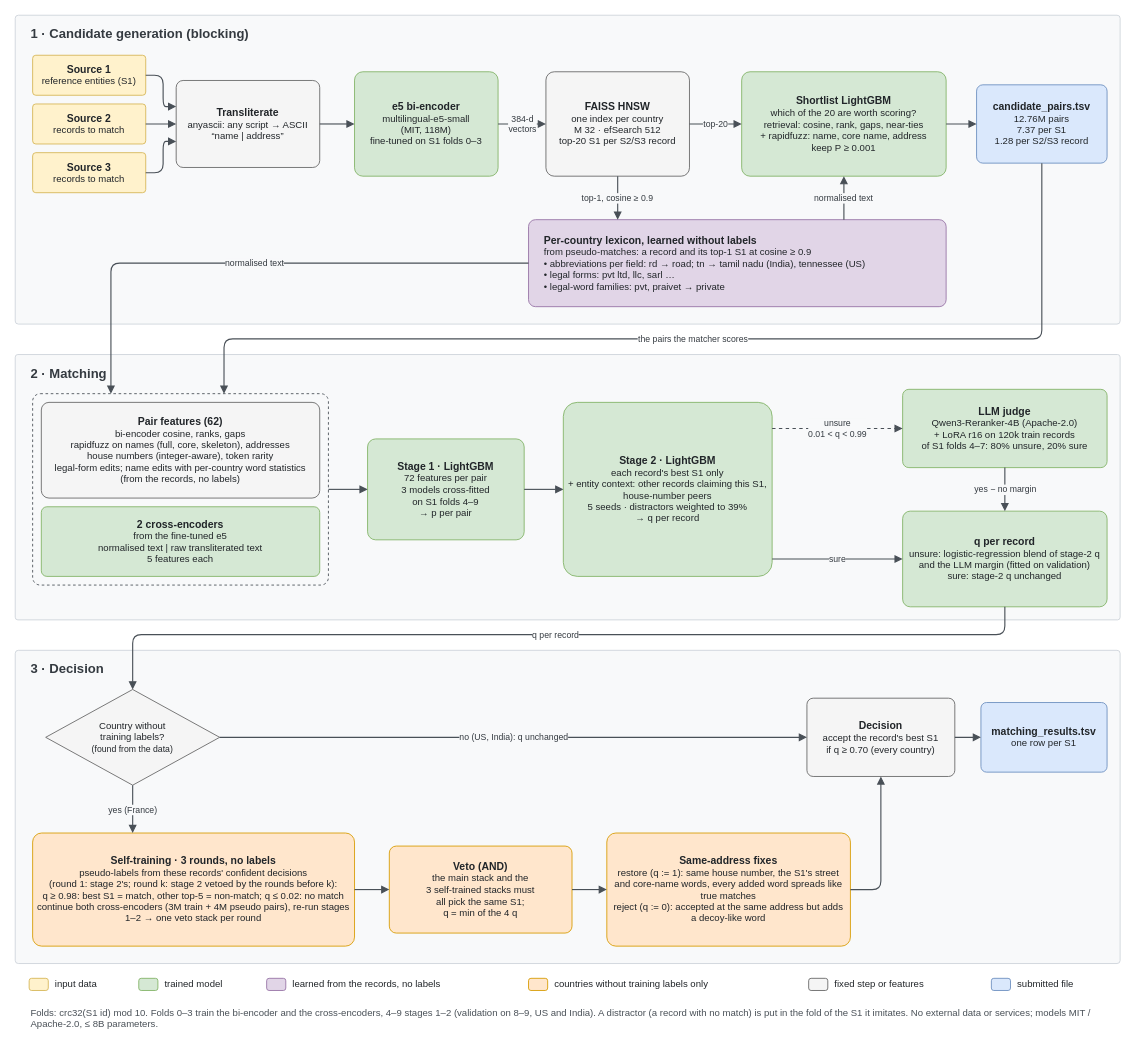
This is ber/pipeline.drawio from i-sahajmistry/Amazon-ML-Challenge-26, a draw.io file, before an edit. Source tidied: cells renumbered, new cells numbered last; positions are measured from the earlier drawing's top-left corner, leaving out a move shared by most shapes. Both pictures are drawn from the tidied source at 87%, with x=0, y=0 at pixel (15, 15).
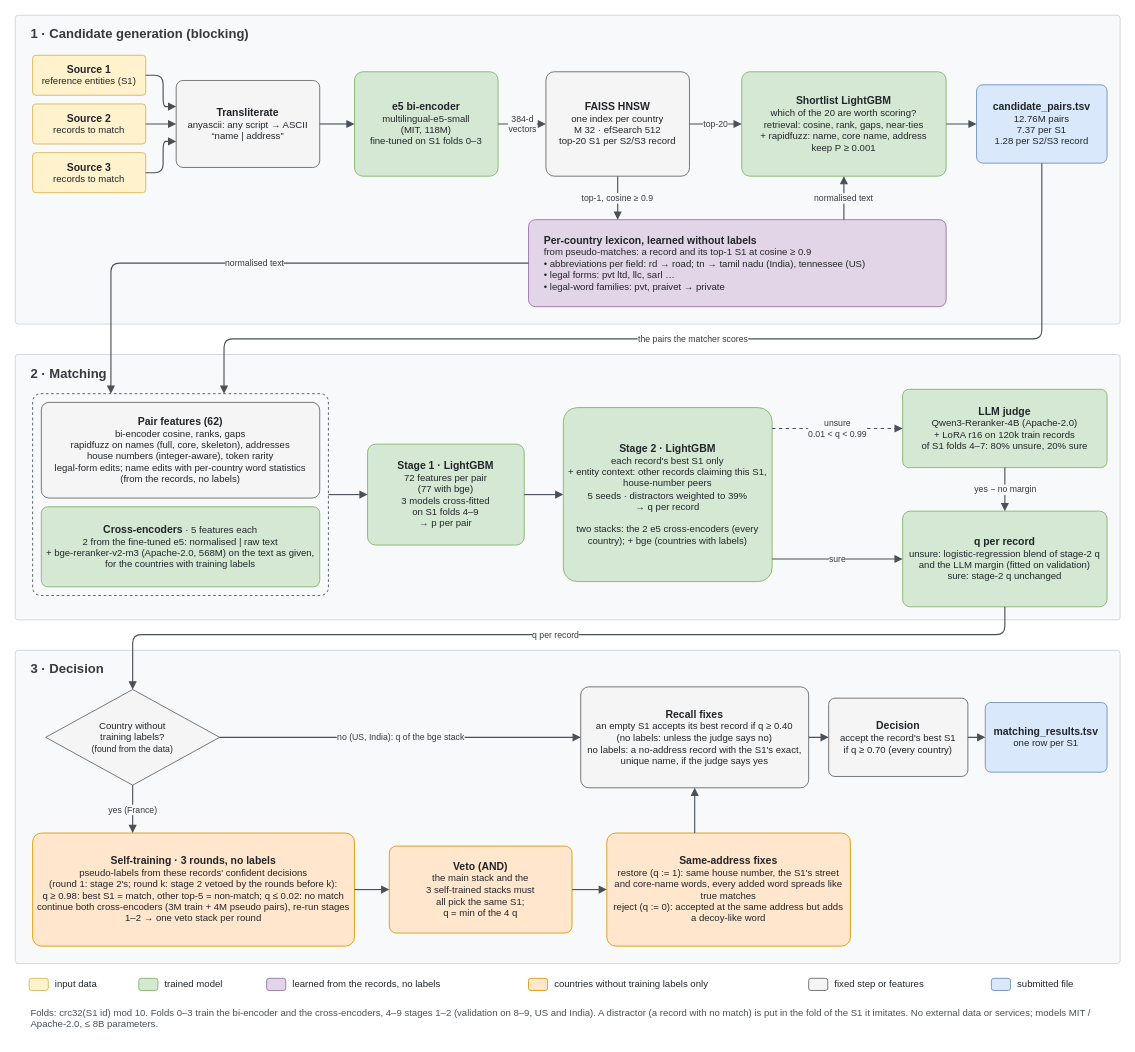
The same page after the edit.

Commit message (it also covers changes not shown here):
E16fr3 (leaderboard 0.990807): bge stack for the countries with labels, recall fixes

The change refers to these unchanged cells:
```xml
<mxCell id="31" value="&lt;b&gt;&lt;font style=&quot;font-size:12px&quot;&gt;LLM judge&lt;/font&gt;&lt;/b&gt;&lt;br&gt;Qwen3-Reranker-4B (Apache-2.0)&lt;br&gt;+ LoRA r16 on 120k train records&lt;br&gt;of S1 folds 4–7: 80% unsure, 20% sure" style="rounded=1;whiteSpace=wrap;html=1;arcSize=8;align=center;verticalAlign=middle;spacing=6;fontFamily=Helvetica;fontSize=11;fontColor=#212529;fillColor=#D5E8D4;strokeColor=#82B366;" parent="1" vertex="1">
  <mxGeometry x="1020" y="430" width="235" height="90" as="geometry" />
</mxCell>
<mxCell id="32" value="&lt;b&gt;&lt;font style=&quot;font-size:12px&quot;&gt;q per record&lt;/font&gt;&lt;/b&gt;&lt;br&gt;unsure: logistic-regression blend of stage-2 q and the LLM margin (fitted on validation)&lt;br&gt;sure: stage-2 q unchanged" style="rounded=1;whiteSpace=wrap;html=1;arcSize=8;align=center;verticalAlign=middle;spacing=6;fontFamily=Helvetica;fontSize=11;fontColor=#212529;fillColor=#D5E8D4;strokeColor=#82B366;" parent="1" vertex="1">
  <mxGeometry x="1020" y="570" width="235" height="110" as="geometry" />
</mxCell>
<mxCell id="40" value="Country without&lt;br&gt;training labels?&lt;br&gt;&lt;font style=&quot;font-size:10px&quot;&gt;(found from the data)&lt;/font&gt;" style="rhombus;whiteSpace=wrap;html=1;fontFamily=Helvetica;fontSize=11;fontColor=#212529;fillColor=#F5F5F5;strokeColor=#666666;" parent="1" vertex="1">
  <mxGeometry x="35" y="775" width="200" height="110" as="geometry" />
</mxCell>
<mxCell id="45" value="&lt;b&gt;&lt;font style=&quot;font-size:12px&quot;&gt;Same-address fixes&lt;/font&gt;&lt;/b&gt;&lt;br&gt;restore (q := 1): same house number, the S1's street and core-name words, every added word spreads like true matches&lt;br&gt;reject (q := 0): accepted at the same address but adds a decoy-like word" style="rounded=1;whiteSpace=wrap;html=1;arcSize=8;align=center;verticalAlign=middle;spacing=6;fontFamily=Helvetica;fontSize=11;fontColor=#212529;fillColor=#FFE6CC;strokeColor=#D79B00;" parent="1" vertex="1">
  <mxGeometry x="680" y="940" width="280" height="130" as="geometry" />
</mxCell>
```

Change to the diagram source:
```diff
@@
     <mxCell id="26" style="rounded=1;arcSize=4;whiteSpace=wrap;html=1;fillColor=none;strokeColor=#495057;dashed=1;" parent="1" vertex="1">
-      <mxGeometry x="20" y="435" width="340" height="220" as="geometry" />
+      <mxGeometry x="20" y="435" width="340" height="232" as="geometry" />
     </mxCell>
@@
-    <mxCell id="28" value="&lt;b&gt;&lt;font style=&quot;font-size:12px&quot;&gt;2 cross-encoders&lt;/font&gt;&lt;/b&gt;&lt;br&gt;from the fine-tuned e5&lt;br&gt;normalised text | raw transliterated text&lt;br&gt;5 features each" style="rounded=1;whiteSpace=wrap;html=1;arcSize=8;align=center;verticalAlign=middle;spacing=6;fontFamily=Helvetica;fontSize=11;fontColor=#212529;fillColor=#D5E8D4;strokeColor=#82B366;" parent="1" vertex="1">
-      <mxGeometry x="30" y="565" width="320" height="80" as="geometry" />
+    <mxCell id="28" value="&lt;b&gt;&lt;font style=&quot;font-size:12px&quot;&gt;Cross-encoders&lt;/font&gt;&lt;/b&gt; · 5 features each&lt;br&gt;2 from the fine-tuned e5: normalised | raw text&lt;br&gt;+ bge-reranker-v2-m3 (Apache-2.0, 568M) on the text as given, for the countries with training labels" style="rounded=1;whiteSpace=wrap;html=1;arcSize=8;align=center;verticalAlign=middle;spacing=6;fontFamily=Helvetica;fontSize=11;fontColor=#212529;fillColor=#D5E8D4;strokeColor=#82B366;" parent="1" vertex="1">
+      <mxGeometry x="30" y="565" width="320" height="92" as="geometry" />
     </mxCell>
-    <mxCell id="29" value="&lt;b&gt;&lt;font style=&quot;font-size:12px&quot;&gt;Stage 1 · LightGBM&lt;/font&gt;&lt;/b&gt;&lt;br&gt;72 features per pair&lt;br&gt;3 models cross-fitted&lt;br&gt;on S1 folds 4–9&lt;br&gt;→ p per pair" style="rounded=1;whiteSpace=wrap;html=1;arcSize=8;align=center;verticalAlign=middle;spacing=6;fontFamily=Helvetica;fontSize=11;fontColor=#212529;fillColor=#D5E8D4;strokeColor=#82B366;" parent="1" vertex="1">
-      <mxGeometry x="405" y="487" width="180" height="116" as="geometry" />
+    <mxCell id="29" value="&lt;b&gt;&lt;font style=&quot;font-size:12px&quot;&gt;Stage 1 · LightGBM&lt;/font&gt;&lt;/b&gt;&lt;br&gt;72 features per pair&lt;br&gt;(77 with bge)&lt;br&gt;3 models cross-fitted&lt;br&gt;on S1 folds 4–9&lt;br&gt;→ p per pair" style="rounded=1;whiteSpace=wrap;html=1;arcSize=8;align=center;verticalAlign=middle;spacing=6;fontFamily=Helvetica;fontSize=11;fontColor=#212529;fillColor=#D5E8D4;strokeColor=#82B366;" parent="1" vertex="1">
+      <mxGeometry x="405" y="493" width="180" height="116" as="geometry" />
     </mxCell>
-    <mxCell id="30" value="&lt;b&gt;&lt;font style=&quot;font-size:12px&quot;&gt;Stage 2 · LightGBM&lt;/font&gt;&lt;/b&gt;&lt;br&gt;each record's best S1 only&lt;br&gt;+ entity context: other records claiming this S1, house-number peers&lt;br&gt;5 seeds · distractors weighted to 39%&lt;br&gt;→ q per record" style="rounded=1;whiteSpace=wrap;html=1;arcSize=8;align=center;verticalAlign=middle;spacing=6;fontFamily=Helvetica;fontSize=11;fontColor=#212529;fillColor=#D5E8D4;strokeColor=#82B366;" parent="1" vertex="1">
-      <mxGeometry x="630" y="445" width="240" height="200" as="geometry" />
+    <mxCell id="30" value="&lt;b&gt;&lt;font style=&quot;font-size:12px&quot;&gt;Stage 2 · LightGBM&lt;/font&gt;&lt;/b&gt;&lt;br&gt;each record's best S1 only&lt;br&gt;+ entity context: other records claiming this S1, house-number peers&lt;br&gt;5 seeds · distractors weighted to 39%&lt;br&gt;→ q per record&lt;br&gt;&lt;br&gt;two stacks: the 2 e5 cross-encoders (every country); + bge (countries with labels)" style="rounded=1;whiteSpace=wrap;html=1;arcSize=8;align=center;verticalAlign=middle;spacing=6;fontFamily=Helvetica;fontSize=11;fontColor=#212529;fillColor=#D5E8D4;strokeColor=#82B366;" parent="1" vertex="1">
+      <mxGeometry x="630" y="451" width="240" height="200" as="geometry" />
     </mxCell>
@@
-    <mxCell id="37" value="unsure&lt;br&gt;0.01 &lt; q &lt; 0.99" style="edgeStyle=orthogonalEdgeStyle;rounded=1;jettySize=auto;html=1;endArrow=block;endFill=1;strokeColor=#495057;strokeWidth=1.3;fontFamily=Helvetica;fontSize=10;fontColor=#343A40;jumpStyle=arc;labelBackgroundColor=#F8F9FA;dashed=1;exitX=1;exitY=0.15;exitDx=0;exitDy=0;entryX=0;entryY=0.5;entryDx=0;entryDy=0;" parent="1" edge="1" source="30" target="31">
+    <mxCell id="37" value="unsure&lt;br&gt;0.01 &lt; q &lt; 0.99" style="edgeStyle=orthogonalEdgeStyle;rounded=1;jettySize=auto;html=1;endArrow=block;endFill=1;strokeColor=#495057;strokeWidth=1.3;fontFamily=Helvetica;fontSize=10;fontColor=#343A40;jumpStyle=arc;labelBackgroundColor=#F8F9FA;dashed=1;exitX=1;exitY=0.12;exitDx=0;exitDy=0;entryX=0;entryY=0.5;entryDx=0;entryDy=0;" parent="1" edge="1" source="30" target="31">
       <mxGeometry relative="1" as="geometry" />
     </mxCell>
-    <mxCell id="38" value="sure" style="edgeStyle=orthogonalEdgeStyle;rounded=1;jettySize=auto;html=1;endArrow=block;endFill=1;strokeColor=#495057;strokeWidth=1.3;fontFamily=Helvetica;fontSize=10;fontColor=#343A40;jumpStyle=arc;labelBackgroundColor=#F8F9FA;exitX=1;exitY=0.9;exitDx=0;exitDy=0;entryX=0;entryY=0.5;entryDx=0;entryDy=0;" parent="1" edge="1" source="30" target="32">
+    <mxCell id="38" value="sure" style="edgeStyle=orthogonalEdgeStyle;rounded=1;jettySize=auto;html=1;endArrow=block;endFill=1;strokeColor=#495057;strokeWidth=1.3;fontFamily=Helvetica;fontSize=10;fontColor=#343A40;jumpStyle=arc;labelBackgroundColor=#F8F9FA;exitX=1;exitY=0.87;exitDx=0;exitDy=0;entryX=0;entryY=0.5;entryDx=0;entryDy=0;" parent="1" edge="1" source="30" target="32">
       <mxGeometry relative="1" as="geometry" />
     </mxCell>
@@
     <mxCell id="41" value="&lt;b&gt;&lt;font style=&quot;font-size:12px&quot;&gt;Decision&lt;/font&gt;&lt;/b&gt;&lt;br&gt;accept the record's best S1&lt;br&gt;if q ≥ 0.70 (every country)" style="rounded=1;whiteSpace=wrap;html=1;arcSize=8;align=center;verticalAlign=middle;spacing=6;fontFamily=Helvetica;fontSize=11;fontColor=#212529;fillColor=#F5F5F5;strokeColor=#666666;" parent="1" vertex="1">
-      <mxGeometry x="910" y="785" width="170" height="90" as="geometry" />
+      <mxGeometry x="935" y="785" width="160" height="90" as="geometry" />
     </mxCell>
+    <mxCell id="66" value="&lt;b&gt;&lt;font style=&quot;font-size:12px&quot;&gt;Recall fixes&lt;/font&gt;&lt;/b&gt;&lt;br&gt;an empty S1 accepts its best record if q ≥ 0.40&lt;br&gt;(no labels: unless the judge says no)&lt;br&gt;no labels: a no-address record with the S1's exact,&lt;br&gt;unique name, if the judge says yes" style="rounded=1;whiteSpace=wrap;html=1;arcSize=8;align=center;verticalAlign=middle;spacing=6;fontFamily=Helvetica;fontSize=11;fontColor=#212529;fillColor=#F5F5F5;strokeColor=#666666;" parent="1" vertex="1">
+      <mxGeometry x="650" y="772" width="262" height="116" as="geometry" />
+    </mxCell>
     <mxCell id="42" value="&lt;b&gt;&lt;font style=&quot;font-size:12px&quot;&gt;matching_results.tsv&lt;/font&gt;&lt;/b&gt;&lt;br&gt;one row per S1" style="rounded=1;whiteSpace=wrap;html=1;arcSize=8;align=center;verticalAlign=middle;spacing=6;fontFamily=Helvetica;fontSize=11;fontColor=#212529;fillColor=#DAE8FC;strokeColor=#6C8EBF;" parent="1" vertex="1">
-      <mxGeometry x="1110" y="790" width="145" height="80" as="geometry" />
+      <mxGeometry x="1115" y="790" width="140" height="80" as="geometry" />
     </mxCell>
@@
-    <mxCell id="47" value="no (US, India): q unchanged" style="edgeStyle=orthogonalEdgeStyle;rounded=1;jettySize=auto;html=1;endArrow=block;endFill=1;strokeColor=#495057;strokeWidth=1.3;fontFamily=Helvetica;fontSize=10;fontColor=#343A40;jumpStyle=arc;labelBackgroundColor=#F8F9FA;exitX=1;exitY=0.5;exitDx=0;exitDy=0;entryX=0;entryY=0.5;entryDx=0;entryDy=0;" parent="1" edge="1" source="40" target="41">
+    <mxCell id="47" value="no (US, India): q of the bge stack" style="edgeStyle=orthogonalEdgeStyle;rounded=1;jettySize=auto;html=1;endArrow=block;endFill=1;strokeColor=#495057;strokeWidth=1.3;fontFamily=Helvetica;fontSize=10;fontColor=#343A40;jumpStyle=arc;labelBackgroundColor=#F8F9FA;exitX=1;exitY=0.5;exitDx=0;exitDy=0;entryX=0;entryY=0.5;entryDx=0;entryDy=0;" parent="1" edge="1" source="40" target="66">
       <mxGeometry relative="1" as="geometry" />
     </mxCell>
@@
-    <mxCell id="51" style="edgeStyle=orthogonalEdgeStyle;rounded=1;jettySize=auto;html=1;endArrow=block;endFill=1;strokeColor=#495057;strokeWidth=1.3;fontFamily=Helvetica;fontSize=10;fontColor=#343A40;jumpStyle=arc;labelBackgroundColor=#F8F9FA;exitX=1;exitY=0.5;exitDx=0;exitDy=0;entryX=0.5;entryY=1;entryDx=0;entryDy=0;" parent="1" edge="1" source="45" target="41">
-      <mxGeometry relative="1" as="geometry">
-        <Array as="points">
-          <mxPoint x="995" y="1005" />
-        </Array>
-      </mxGeometry>
+    <mxCell id="51" style="edgeStyle=orthogonalEdgeStyle;rounded=1;jettySize=auto;html=1;endArrow=block;endFill=1;strokeColor=#495057;strokeWidth=1.3;fontFamily=Helvetica;fontSize=10;fontColor=#343A40;jumpStyle=arc;labelBackgroundColor=#F8F9FA;exitX=0.3607;exitY=0;exitDx=0;exitDy=0;entryX=0.5;entryY=1;entryDx=0;entryDy=0;" parent="1" edge="1" source="45" target="66">
+      <mxGeometry relative="1" as="geometry" />
     </mxCell>
@@
+    <mxCell id="67" style="edgeStyle=orthogonalEdgeStyle;rounded=1;jettySize=auto;html=1;endArrow=block;endFill=1;strokeColor=#495057;strokeWidth=1.3;fontFamily=Helvetica;fontSize=10;fontColor=#343A40;jumpStyle=arc;labelBackgroundColor=#F8F9FA;" parent="1" edge="1" source="66" target="41">
+      <mxGeometry relative="1" as="geometry" />
+    </mxCell>
```
